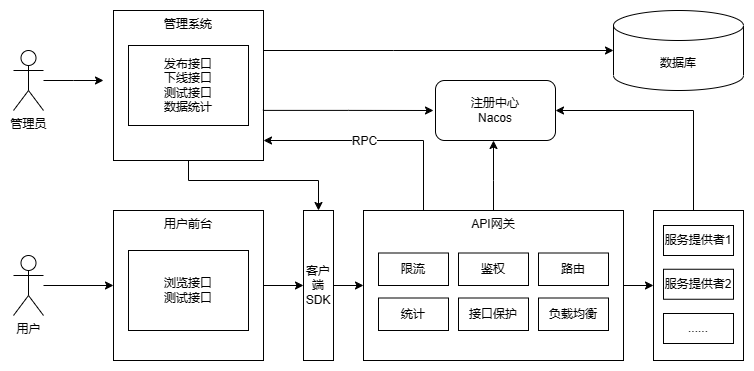
z1013007148/myAPI-backend keeps this draw.io diagram as img/架构图.png. Above is the earlier version. Source tidied: cells renumbered, new cells last; positions are measured from the earlier drawing's top-left corner, leaving out a move shared by most shapes.
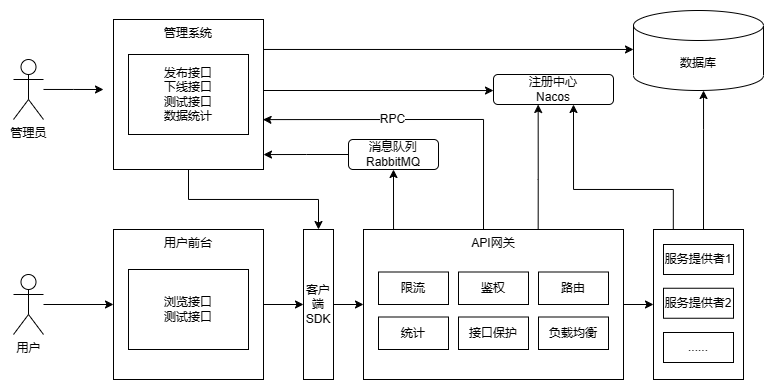
Above is the later version.

The edit, as a diff of the source:
```diff
@@ -4,11 +4,11 @@
     <mxCell id="1" parent="0" />
     <mxCell id="2" style="edgeStyle=orthogonalEdgeStyle;rounded=0;jettySize=auto;html=1;" parent="1" edge="1" source="3">
       <mxGeometry relative="1" as="geometry">
-        <mxPoint x="90" y="70" as="targetPoint" />
+        <mxPoint x="90" y="60" as="targetPoint" />
       </mxGeometry>
     </mxCell>
     <mxCell id="3" value="管理员" style="shape=umlActor;verticalLabelPosition=bottom;verticalAlign=top;html=1;outlineConnect=0;" parent="1" vertex="1">
-      <mxGeometry y="40" width="30" height="60" as="geometry" />
+      <mxGeometry y="30" width="30" height="60" as="geometry" />
     </mxCell>
     <mxCell id="4" style="edgeStyle=orthogonalEdgeStyle;rounded=0;jettySize=auto;html=1;entryX=0;entryY=0.5;entryDx=0;entryDy=0;" parent="1" edge="1" source="5" target="13">
       <mxGeometry relative="1" as="geometry" />
@@ -16,11 +16,11 @@
     <mxCell id="5" value="用户" style="shape=umlActor;verticalLabelPosition=bottom;verticalAlign=top;html=1;outlineConnect=0;" parent="1" vertex="1">
       <mxGeometry y="245" width="30" height="60" as="geometry" />
     </mxCell>
-    <mxCell id="6" style="edgeStyle=orthogonalEdgeStyle;rounded=0;jettySize=auto;html=1;entryX=0;entryY=0.5;entryDx=0;entryDy=0;entryPerimeter=0;" parent="1" edge="1" source="10" target="20">
+    <mxCell id="6" style="edgeStyle=orthogonalEdgeStyle;rounded=0;jettySize=auto;html=1;" parent="1" edge="1" target="20">
       <mxGeometry relative="1" as="geometry">
+        <mxPoint x="250" y="35" as="sourcePoint" />
         <Array as="points">
-          <mxPoint x="380" y="40" />
-          <mxPoint x="380" y="40" />
+          <mxPoint x="250" y="20" />
         </Array>
       </mxGeometry>
     </mxCell>
@@ -32,24 +32,11 @@
         </Array>
       </mxGeometry>
     </mxCell>
-    <mxCell id="8" style="edgeStyle=orthogonalEdgeStyle;rounded=0;jettySize=auto;html=1;entryX=0.5;entryY=0;entryDx=0;entryDy=0;startArrow=classic;startFill=1;endArrow=none;endFill=0;" parent="1" edge="1" source="10" target="19">
-      <mxGeometry relative="1" as="geometry">
-        <Array as="points">
-          <mxPoint x="410" y="130" />
-          <mxPoint x="410" y="200" />
-        </Array>
-      </mxGeometry>
-    </mxCell>
-    <mxCell id="9" value="RPC" style="edgeLabel;html=1;align=center;verticalAlign=middle;" parent="8" vertex="1">
-      <mxGeometry x="-0.02" y="-2" relative="1" as="geometry">
-        <mxPoint x="-47" y="-2" as="offset" />
-      </mxGeometry>
-    </mxCell>
     <mxCell id="10" value="管理系统" style="whiteSpace=wrap;html=1;verticalAlign=top;" parent="1" vertex="1">
-      <mxGeometry x="100" width="150" height="150" as="geometry" />
+      <mxGeometry x="100" y="-10" width="150" height="150" as="geometry" />
     </mxCell>
     <mxCell id="11" value="发布接口&lt;br&gt;下线接口&lt;br&gt;测试接口&lt;br&gt;数据统计" style="rounded=0;whiteSpace=wrap;html=1;" parent="1" vertex="1">
-      <mxGeometry x="115" y="35" width="120" height="80" as="geometry" />
+      <mxGeometry x="115" y="25" width="120" height="80" as="geometry" />
     </mxCell>
     <mxCell id="12" style="edgeStyle=orthogonalEdgeStyle;rounded=0;jettySize=auto;html=1;entryX=0;entryY=0.5;entryDx=0;entryDy=0;" parent="1" edge="1" source="13" target="16">
       <mxGeometry relative="1" as="geometry" />
@@ -69,11 +56,13 @@
     <mxCell id="17" style="edgeStyle=orthogonalEdgeStyle;rounded=0;jettySize=auto;html=1;" parent="1" edge="1" source="19" target="28">
       <mxGeometry relative="1" as="geometry" />
     </mxCell>
-    <mxCell id="18" style="edgeStyle=orthogonalEdgeStyle;rounded=0;jettySize=auto;html=1;" parent="1" edge="1" source="19" target="32">
+    <mxCell id="18" style="edgeStyle=orthogonalEdgeStyle;rounded=0;orthogonalLoop=1;jettySize=auto;html=1;" parent="1" edge="1">
       <mxGeometry relative="1" as="geometry">
+        <mxPoint x="524.7" y="200" as="sourcePoint" />
+        <mxPoint x="524.7" y="75" as="targetPoint" />
         <Array as="points">
-          <mxPoint x="480" y="170" />
-          <mxPoint x="480" y="170" />
+          <mxPoint x="524.7" y="150" />
+          <mxPoint x="524.7" y="150" />
         </Array>
       </mxGeometry>
     </mxCell>
@@ -81,7 +70,7 @@
       <mxGeometry x="350" y="200" width="260" height="150" as="geometry" />
     </mxCell>
     <mxCell id="20" value="数据库" style="shape=cylinder3;whiteSpace=wrap;html=1;boundedLbl=1;backgroundOutline=1;size=15;" parent="1" vertex="1">
-      <mxGeometry x="600" width="130" height="80" as="geometry" />
+      <mxGeometry x="620" y="-19" width="130" height="80" as="geometry" />
     </mxCell>
     <mxCell id="21" value="限流" style="rounded=0;whiteSpace=wrap;html=1;" parent="1" vertex="1">
       <mxGeometry x="365" y="242.5" width="70" height="32.5" as="geometry" />
@@ -101,10 +90,12 @@
     <mxCell id="26" value="负载均衡" style="rounded=0;whiteSpace=wrap;html=1;" parent="1" vertex="1">
       <mxGeometry x="525" y="287.5" width="70" height="32.5" as="geometry" />
     </mxCell>
-    <mxCell id="27" style="edgeStyle=orthogonalEdgeStyle;rounded=0;jettySize=auto;html=1;" parent="1" edge="1" source="28" target="32">
+    <mxCell id="27" style="edgeStyle=orthogonalEdgeStyle;rounded=0;jettySize=auto;html=1;exitX=0.22;exitY=0;exitDx=0;exitDy=0;exitPerimeter=0;" parent="1" edge="1" source="28">
       <mxGeometry relative="1" as="geometry">
+        <mxPoint x="560" y="75" as="targetPoint" />
         <Array as="points">
-          <mxPoint x="680" y="100" />
+          <mxPoint x="660" y="160" />
+          <mxPoint x="560" y="160" />
         </Array>
       </mxGeometry>
     </mxCell>
@@ -120,13 +111,53 @@
     <mxCell id="31" value="......" style="rounded=0;whiteSpace=wrap;html=1;" parent="1" vertex="1">
       <mxGeometry x="650" y="303" width="70" height="30" as="geometry" />
     </mxCell>
+    <mxCell id="34" style="edgeStyle=orthogonalEdgeStyle;rounded=0;orthogonalLoop=1;jettySize=auto;html=1;" parent="1" edge="1">
+      <mxGeometry relative="1" as="geometry">
+        <mxPoint x="250" y="61" as="sourcePoint" />
+        <mxPoint x="480" y="61" as="targetPoint" />
+      </mxGeometry>
+    </mxCell>
     <mxCell id="32" value="注册中心&lt;br&gt;Nacos" style="rounded=1;whiteSpace=wrap;html=1;" parent="1" vertex="1">
-      <mxGeometry x="422" y="70" width="120" height="60" as="geometry" />
+      <mxGeometry x="480" y="45" width="120" height="30" as="geometry" />
     </mxCell>
-    <mxCell id="33" style="edgeStyle=orthogonalEdgeStyle;rounded=0;jettySize=auto;html=1;exitX=0.996;exitY=0.666;exitDx=0;exitDy=0;exitPerimeter=0;" parent="1" edge="1" source="10">
-      <mxGeometry relative="1" as="geometry">
-        <mxPoint x="420" y="100" as="targetPoint" />
-      </mxGeometry>
-    </mxCell>
+    <mxCell id="35" style="edgeStyle=orthogonalEdgeStyle;rounded=0;jettySize=auto;html=1;" parent="1" edge="1" target="20">
+      <mxGeometry relative="1" as="geometry">
+        <mxPoint x="690" y="200" as="sourcePoint" />
+        <Array as="points">
+          <mxPoint x="690" y="100" />
+          <mxPoint x="690" y="100" />
+        </Array>
+      </mxGeometry>
+    </mxCell>
+    <mxCell id="36" value="消息队列&lt;br&gt;RabbitMQ" style="rounded=1;whiteSpace=wrap;html=1;" parent="1" vertex="1">
+      <mxGeometry x="335" y="110" width="90" height="30" as="geometry" />
+    </mxCell>
+    <mxCell id="37" style="edgeStyle=orthogonalEdgeStyle;rounded=0;jettySize=auto;html=1;entryX=0.5;entryY=1;entryDx=0;entryDy=0;" parent="1" edge="1" target="36">
+      <mxGeometry relative="1" as="geometry">
+        <mxPoint x="439.9" y="200" as="sourcePoint" />
+        <Array as="points">
+          <mxPoint x="380" y="200" />
+        </Array>
+      </mxGeometry>
+    </mxCell>
+    <mxCell id="38" style="edgeStyle=orthogonalEdgeStyle;rounded=0;jettySize=auto;html=1;entryX=1.003;entryY=0.668;entryDx=0;entryDy=0;entryPerimeter=0;exitX=0;exitY=0.5;exitDx=0;exitDy=0;" parent="1" edge="1" source="36">
+      <mxGeometry relative="1" as="geometry">
+        <mxPoint x="250" y="125.1" as="targetPoint" />
+      </mxGeometry>
+    </mxCell>
+    <mxCell id="39" style="edgeStyle=orthogonalEdgeStyle;rounded=0;jettySize=auto;html=1;startArrow=classic;startFill=1;endArrow=none;endFill=0;entryX=0.077;entryY=0.006;entryDx=0;entryDy=0;entryPerimeter=0;exitX=0.997;exitY=0.667;exitDx=0;exitDy=0;exitPerimeter=0;" parent="1" edge="1" source="10">
+      <mxGeometry relative="1" as="geometry">
+        <mxPoint x="470" y="200" as="targetPoint" />
+        <Array as="points">
+          <mxPoint x="251" y="90" />
+          <mxPoint x="470" y="90" />
+        </Array>
+      </mxGeometry>
+    </mxCell>
+    <mxCell id="9" value="RPC" style="edgeLabel;html=1;align=center;verticalAlign=middle;" parent="39" vertex="1">
+      <mxGeometry x="-0.02" y="-2" relative="1" as="geometry">
+        <mxPoint x="-34" y="-2" as="offset" />
+      </mxGeometry>
+    </mxCell>
   </root>
 </mxGraphModel>
```
